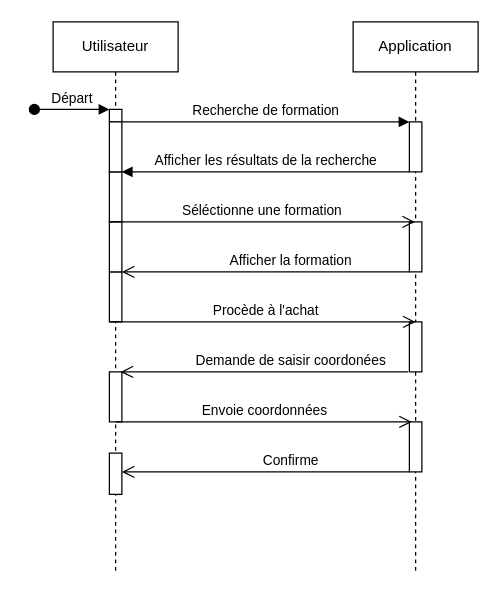
The draw.io diagram Prepare/V1/Diagramme de séquence.drawio in xAm64/Eval-appFormation, before the edit. Source tidied: cells renumbered, new cells numbered last; positions are measured from the earlier drawing's top-left corner, leaving out a move shared by most shapes. Both pictures are drawn from the tidied source at 125%, with x=0, y=0 at pixel (34, 21).
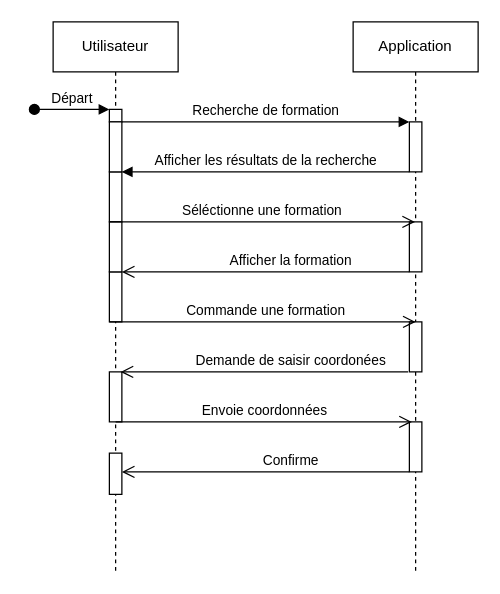
The same diagram, later.

Diff of the diagram source:
```diff
@@
-    <mxCell id="20" value="Procède à l'achat" style="html=1;verticalAlign=bottom;endArrow=open;endSize=8;edgeStyle=elbowEdgeStyle;elbow=vertical;curved=0;rounded=0;" parent="1" edge="1">
+    <mxCell id="20" value="Commande une formation" style="html=1;verticalAlign=bottom;endArrow=open;endSize=8;edgeStyle=elbowEdgeStyle;elbow=vertical;curved=0;rounded=0;" parent="1" edge="1">
       <mxGeometry x="0.02" relative="1" as="geometry">
         <mxPoint x="60" y="240" as="sourcePoint" />
         <mxPoint x="305" y="240" as="targetPoint" />
         <Array as="points">
           <mxPoint x="145" y="240" />
           <mxPoint x="125" y="250" />
         </Array>
       </mxGeometry>
     </mxCell>
```
